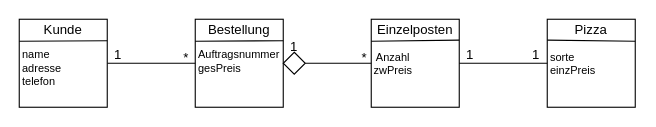
The draw.io diagram Blatt1/Aufgabe1/Pizza.drawio in noscre/SoftwareEngineering19-20, before the edit. Source tidied: cells renumbered, new cells numbered last; positions are measured from the earlier drawing's top-left corner, leaving out a move shared by most shapes. Both pictures are drawn from the tidied source at 110%, with x=0, y=0 at pixel (19, 19).
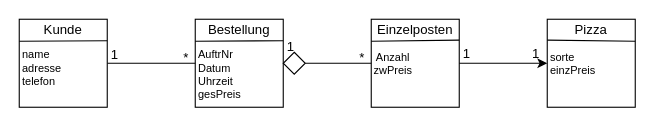
The same page after the edit.

Diff of the diagram source:
```diff
@@
-    <mxCell id="13" style="endArrow=none;html=1;" parent="1" edge="1">
-      <mxGeometry relative="1" as="geometry">
-        <mxPoint x="400" y="40" as="sourcePoint" />
-        <mxPoint x="480" y="40" as="targetPoint" />
-      </mxGeometry>
-    </mxCell>
@@
     <mxCell id="15" value="1" style="text;html=1;strokeColor=none;fillColor=none;align=center;verticalAlign=middle;whiteSpace=wrap;rounded=0;" parent="1" vertex="1">
-      <mxGeometry x="230" y="15" width="40" height="20" as="geometry" />
+      <mxGeometry x="227" y="15" width="40" height="20" as="geometry" />
     </mxCell>
@@
     <mxCell id="17" value="*" style="text;html=1;strokeColor=none;fillColor=none;align=center;verticalAlign=middle;whiteSpace=wrap;rounded=0;" parent="1" vertex="1">
-      <mxGeometry x="294" y="24.5" width="40" height="20" as="geometry" />
+      <mxGeometry x="292" y="24.5" width="40" height="20" as="geometry" />
     </mxCell>
     <mxCell id="18" value="1" style="text;html=1;strokeColor=none;fillColor=none;align=center;verticalAlign=middle;whiteSpace=wrap;rounded=0;" parent="1" vertex="1">
-      <mxGeometry x="390" y="23" width="40" height="20" as="geometry" />
+      <mxGeometry x="387" y="22" width="40" height="20" as="geometry" />
     </mxCell>
     <mxCell id="19" value="1" style="text;html=1;strokeColor=none;fillColor=none;align=center;verticalAlign=middle;whiteSpace=wrap;rounded=0;" parent="1" vertex="1">
-      <mxGeometry x="450" y="23" width="40" height="20" as="geometry" />
+      <mxGeometry x="450" y="22" width="40" height="20" as="geometry" />
     </mxCell>
-    <mxCell id="20" value="&lt;div style=&quot;font-size: 10px;&quot;&gt;Auftragsnummer&lt;/div&gt;&lt;div style=&quot;font-size: 10px;&quot;&gt;gesPreis&lt;br style=&quot;font-size: 10px;&quot;&gt;&lt;/div&gt;" style="text;html=1;strokeColor=none;fillColor=none;align=left;verticalAlign=top;whiteSpace=wrap;rounded=0;fontSize=10;" parent="1" vertex="1">
+    <mxCell id="20" value="&lt;div&gt;AuftrNr&lt;/div&gt;&lt;div&gt;Datum&lt;/div&gt;&lt;div&gt;Uhrzeit&lt;/div&gt;&lt;div&gt;gesPreis&lt;br&gt;&lt;/div&gt;" style="text;html=1;strokeColor=none;fillColor=none;align=left;verticalAlign=top;whiteSpace=wrap;rounded=0;fontSize=10;" parent="1" vertex="1">
       <mxGeometry x="161" y="20" width="80" height="40" as="geometry" />
     </mxCell>
@@
     <mxCell id="26" value="1" style="text;html=1;strokeColor=none;fillColor=none;align=center;verticalAlign=middle;whiteSpace=wrap;rounded=0;" parent="1" vertex="1">
-      <mxGeometry x="70" y="23" width="40" height="20" as="geometry" />
+      <mxGeometry x="67" y="23" width="40" height="20" as="geometry" />
     </mxCell>
@@
+    <mxCell id="28" style="endArrow=classic;html=1;" parent="1" edge="1">
+      <mxGeometry relative="1" as="geometry">
+        <mxPoint x="400" y="40" as="sourcePoint" />
+        <mxPoint x="480" y="40" as="targetPoint" />
+      </mxGeometry>
+    </mxCell>
```
